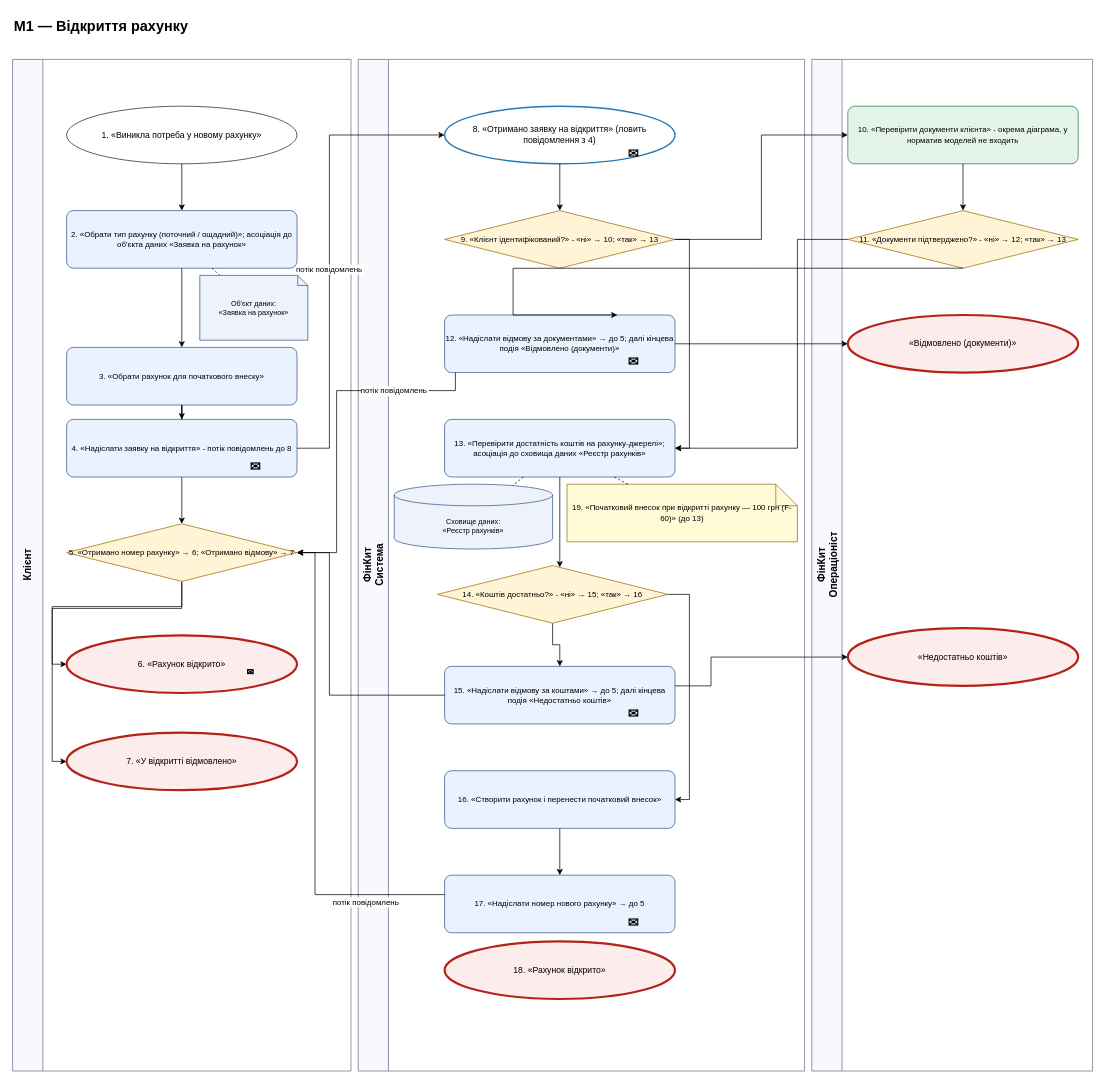
Earlier version of the draw.io diagram page "M1 — Відкриття рахунку" (1 of 4) of docs/sprint1/bpmn/models.drawio (DenisKurko/tzyapz). Source tidied: cells renumbered, new cells numbered last; positions are measured from the earlier drawing's top-left corner, leaving out a move shared by most shapes. Both pictures are drawn from the tidied source at 72%, with x=0, y=0 at pixel (12, 12).
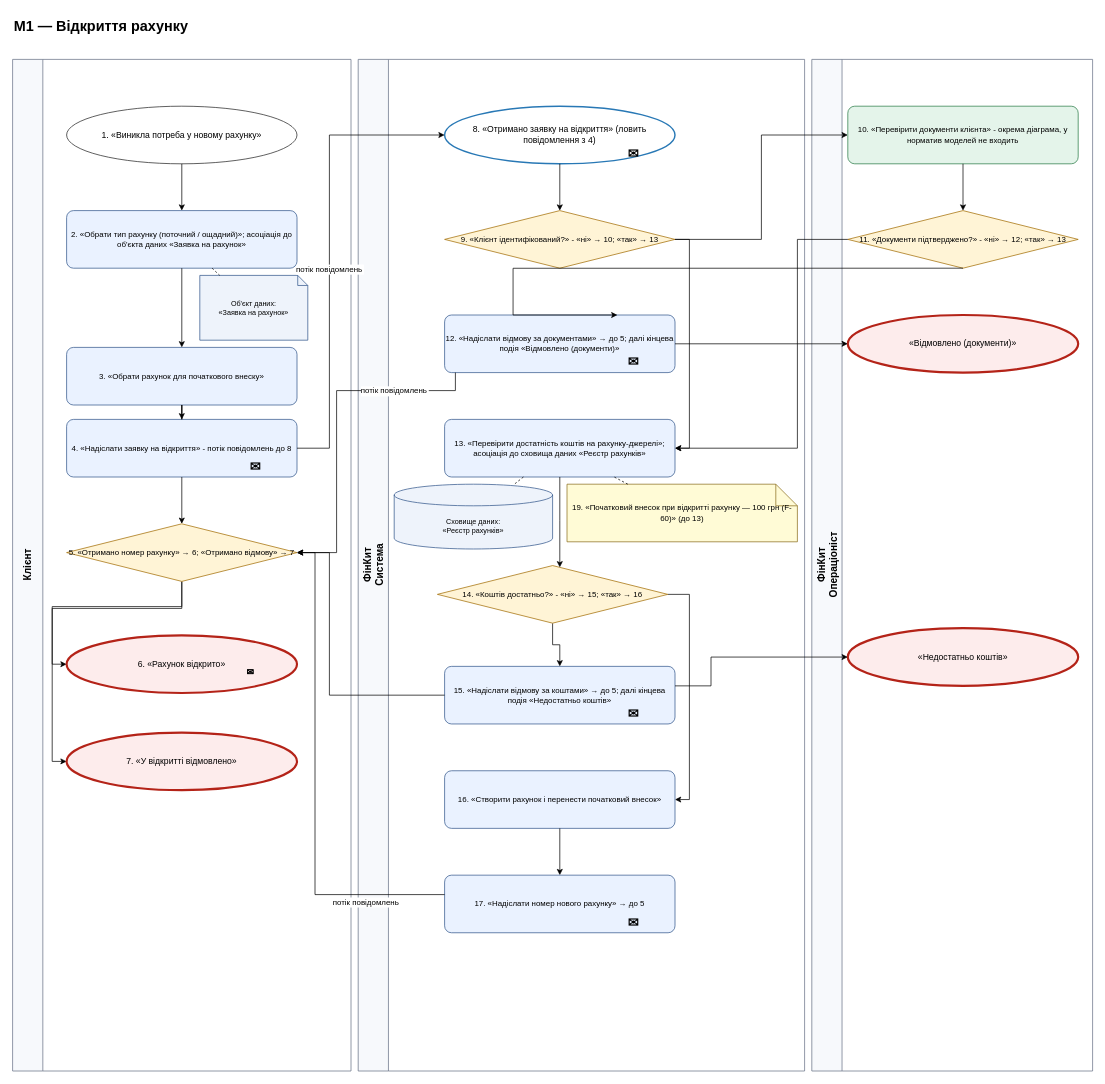
The same page after the edit.

Commit message (it also covers changes not shown here):
Remove unused nodes from models

Unchanged cells that the change refers to:
```xml
<mxCell id="22" value="ФінКит&#10;Система" style="swimlane;horizontal=0;startSize=42;fillColor=#f7f9fc;strokeColor=#667085;fontStyle=1;fontSize=14;whiteSpace=wrap;" parent="1" vertex="1">
  <mxGeometry x="480" y="65" width="620" height="1405" as="geometry" />
</mxCell>
```

The edit, as a diff of the source:
```diff
@@
-    <mxCell id="39" value="18. «Рахунок відкрито»" style="ellipse;fillColor=#fdecec;strokeColor=#b42318;strokeWidth=3;whiteSpace=wrap;html=1;fontSize=12;" parent="22" vertex="1">
-      <mxGeometry x="120" y="1225" width="320" height="80" as="geometry" />
-    </mxCell>
```
